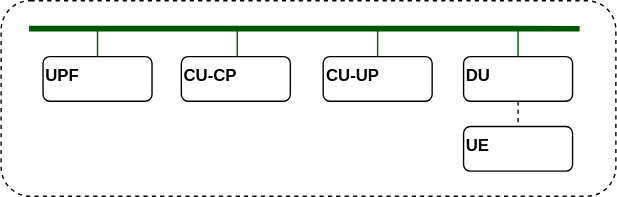
Above: images/split.svg in dsaucez/blueprint (draw.io), before the change. Source tidied: cells renumbered, new cells last; positions are measured from the earlier drawing's top-left corner, leaving out a move shared by most shapes.
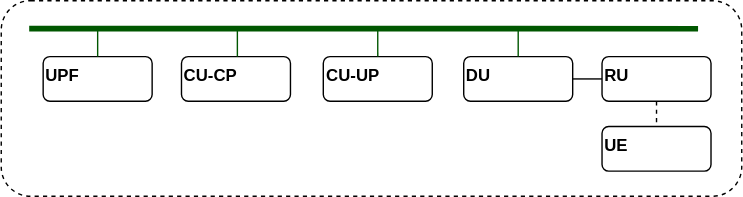
The same diagram one commit later.

What changed in the source:
```diff
@@ -3,15 +3,15 @@
     <mxCell id="0" />
     <mxCell id="1" parent="0" />
     <mxCell id="2" style="rounded=1;whiteSpace=wrap;html=1;strokeColor=#000000;strokeWidth=1;fontColor=#000000;fillColor=none;align=center;verticalAlign=top;dashed=1;" parent="1" vertex="1">
-      <mxGeometry width="440" height="140" as="geometry" />
+      <mxGeometry width="530" height="140" as="geometry" />
     </mxCell>
     <mxCell id="3" value="&lt;b&gt;CU-CP&lt;/b&gt;" style="rounded=1;whiteSpace=wrap;html=1;strokeColor=#000000;strokeWidth=1;fontColor=#000000;fillColor=none;align=left;verticalAlign=top;" parent="1" vertex="1">
       <mxGeometry x="129" y="40" width="78" height="32" as="geometry" />
     </mxCell>
     <mxCell id="4" value="&lt;b&gt;UE&lt;/b&gt;" style="rounded=1;whiteSpace=wrap;html=1;strokeColor=#000000;strokeWidth=1;fontColor=#000000;fillColor=none;align=left;verticalAlign=top;" parent="1" vertex="1">
-      <mxGeometry x="331" y="90" width="78" height="32" as="geometry" />
+      <mxGeometry x="430" y="90" width="78" height="32" as="geometry" />
     </mxCell>
-    <mxCell id="5" style="edgeStyle=none;html=1;strokeColor=#000000;strokeWidth=1;fontColor=#000000;endArrow=none;endFill=0;exitX=0.5;exitY=1;exitDx=0;exitDy=0;entryX=0.5;entryY=0;entryDx=0;entryDy=0;dashed=1;" parent="1" edge="1" source="9" target="4">
+    <mxCell id="5" style="edgeStyle=none;html=1;strokeColor=#000000;strokeWidth=1;fontColor=#000000;endArrow=none;endFill=0;exitX=0.5;exitY=1;exitDx=0;exitDy=0;entryX=0.5;entryY=0;entryDx=0;entryDy=0;dashed=1;" parent="1" edge="1" source="14" target="4">
       <mxGeometry relative="1" as="geometry" />
     </mxCell>
     <mxCell id="6" style="edgeStyle=none;html=1;strokeColor=#005700;strokeWidth=1;fontColor=#000000;endArrow=none;endFill=0;fillColor=#008a00;" parent="1" edge="1">
@@ -49,5 +49,11 @@
         <mxPoint x="69" y="20" as="sourcePoint" />
       </mxGeometry>
     </mxCell>
+    <mxCell id="14" value="&lt;b&gt;RU&lt;/b&gt;" style="rounded=1;whiteSpace=wrap;html=1;strokeColor=#000000;strokeWidth=1;fontColor=#000000;fillColor=none;align=left;verticalAlign=top;" parent="1" vertex="1">
+      <mxGeometry x="430" y="40" width="78" height="32" as="geometry" />
+    </mxCell>
+    <mxCell id="15" style="edgeStyle=none;html=1;strokeColor=#000000;strokeWidth=1;fontColor=#000000;endArrow=none;endFill=0;fillColor=#008a00;entryX=0;entryY=0.5;entryDx=0;entryDy=0;exitX=1;exitY=0.5;exitDx=0;exitDy=0;" parent="1" edge="1" source="9" target="14">
+      <mxGeometry relative="1" as="geometry" />
+    </mxCell>
   </root>
 </mxGraphModel>
```
